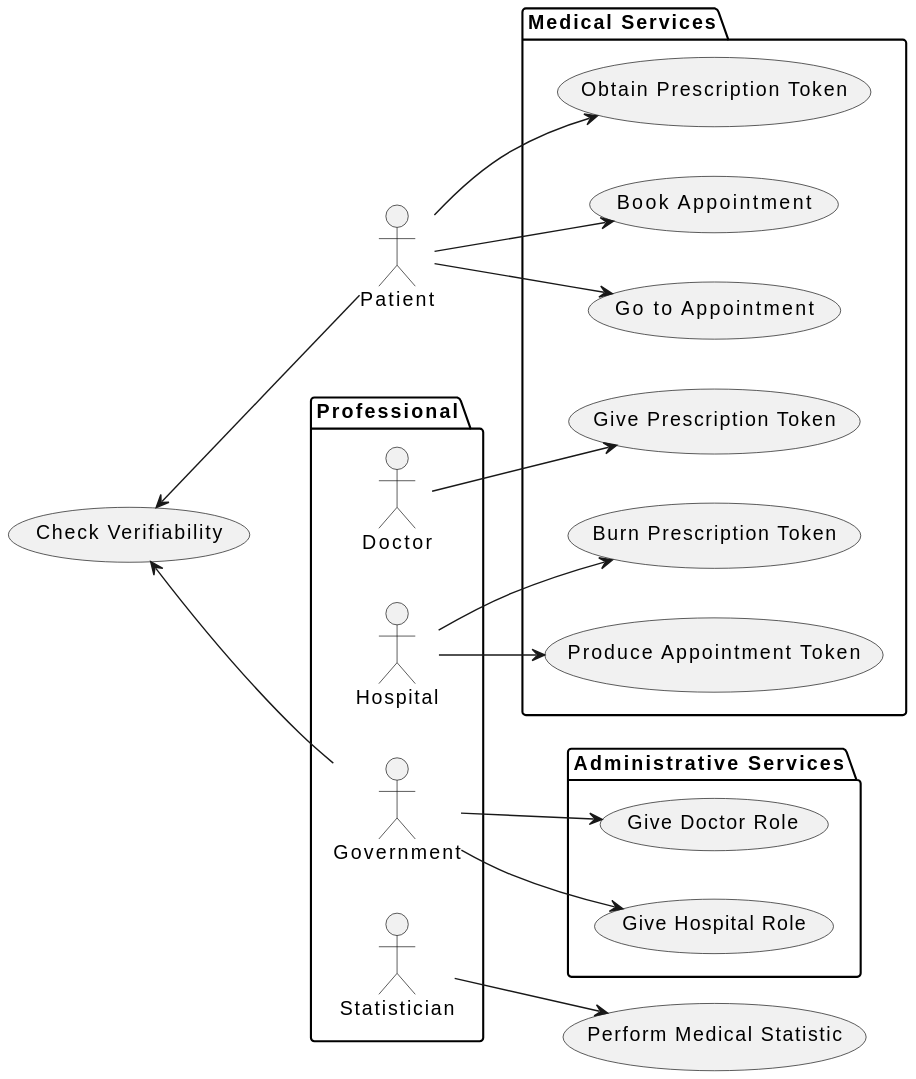
This is uml/images/UseCase.svg from CUPChain/webapp, a PlantUML export, as it was before one commit.
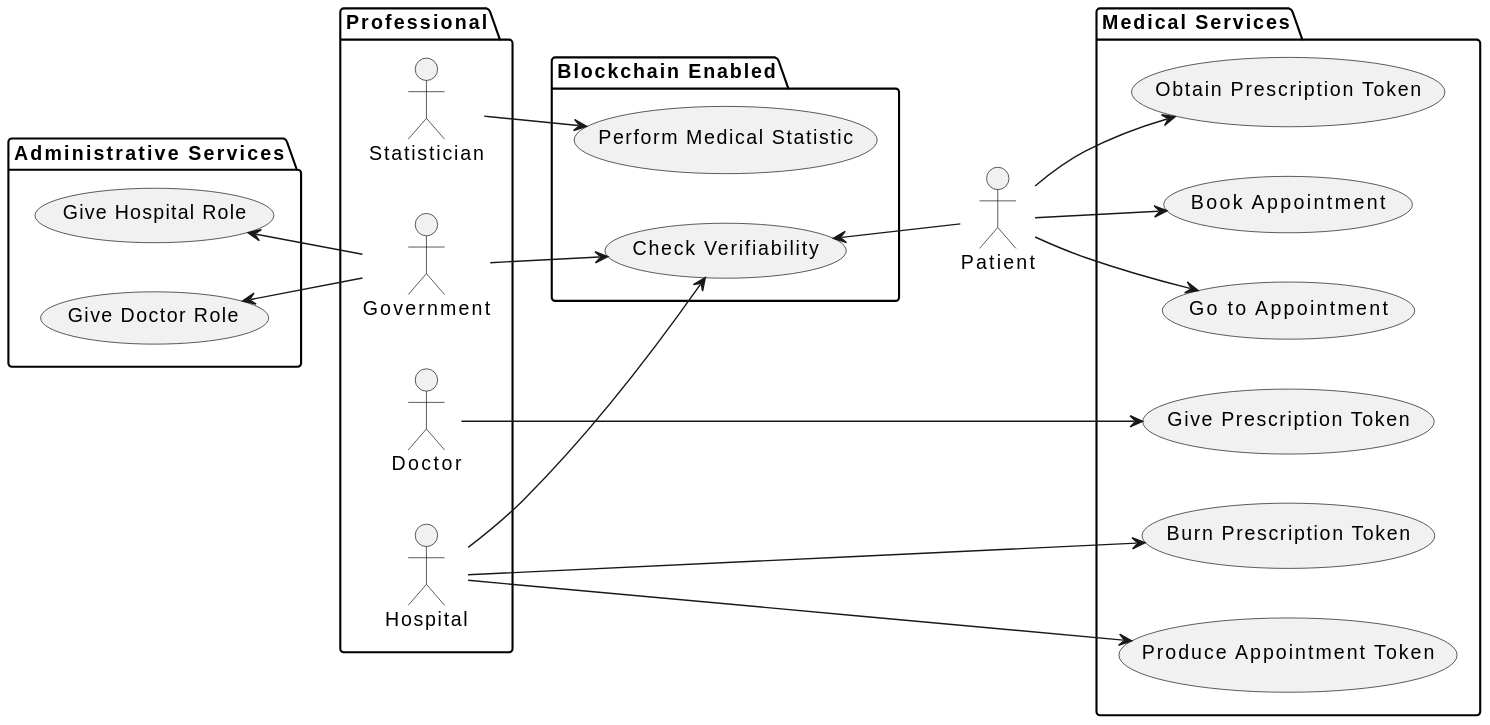
After the commit.

Commit message:
more uml and rename extension for plugin compatibility

Change to the diagram source:
```diff
@@ -22,18 +22,21 @@
   usecase "Give Hospital Role" as GHR
 }
 
-usecase "Perform Medical Statistic" as PMS
-usecase "Check Verifiability" as CV
+package "Blockchain Enabled"{
+  usecase "Perform Medical Statistic" as PMS
+  usecase "Check Verifiability" as CV
+}
 
 p -up-> CV
-g -up-> CV
+g --> CV
 p --> OP
 p --> BA
 p --> GTA
 d --> MP
 h --> AA
 h --> BPT
-g --> GDR
-g --> GHR
+h --> CV
+g -up-> GDR
+g -up-> GHR
 s --> PMS
 @enduml
```
